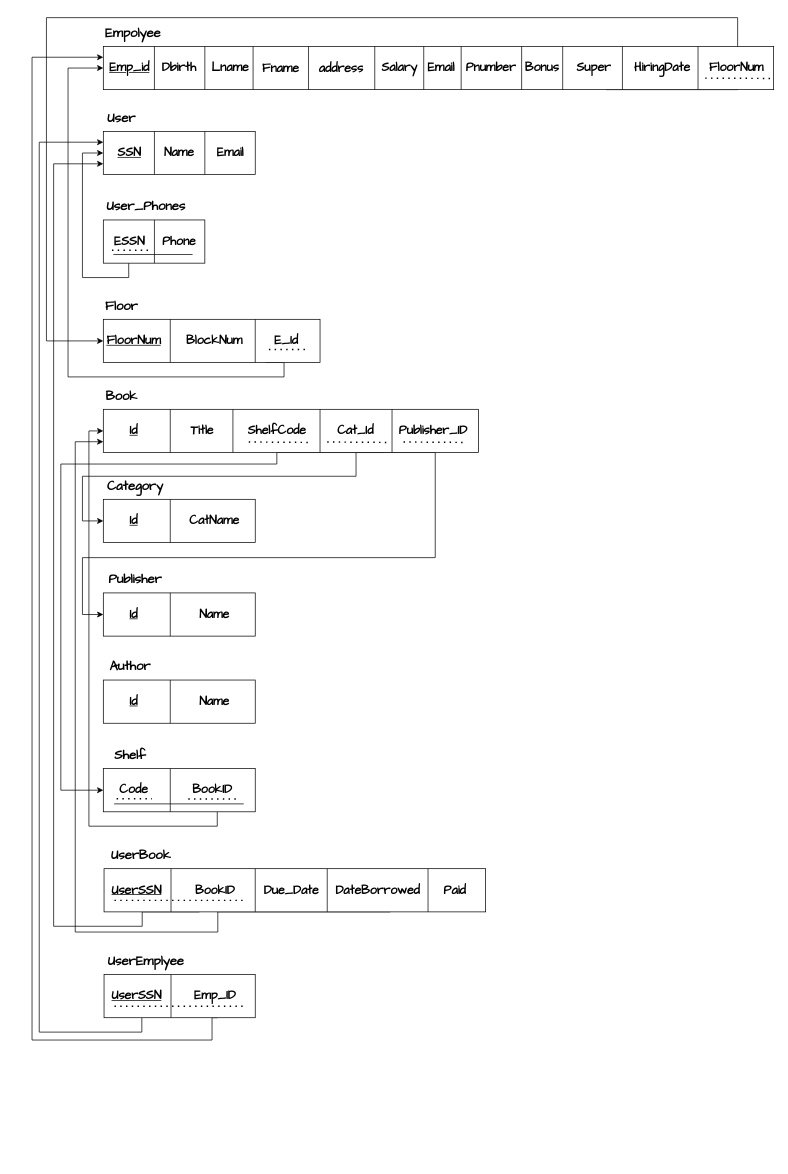
Before: Mapping6.drawio in you22ef/ERDs, a draw.io diagram. Source tidied: cells renumbered, new cells numbered last; positions are measured from the earlier drawing's top-left corner, leaving out a move shared by most shapes. Both pictures are drawn from the tidied source at 72%, with x=0, y=0 at pixel (32, 17).
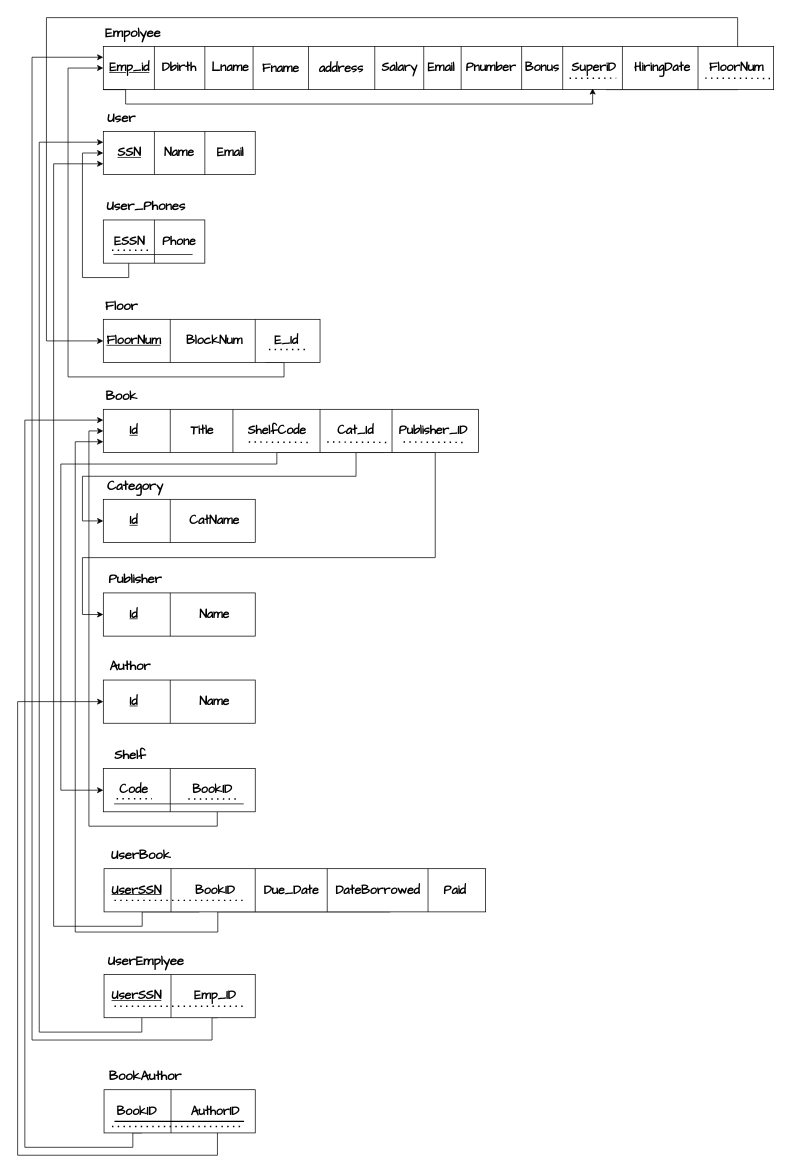
Above is the later version.

The change refers to these unchanged cells:
```xml
<mxCell id="3" style="rounded=0;whiteSpace=wrap;html=1;fontFamily=Architects Daughter;" parent="1" vertex="1">
  <mxGeometry x="99" y="40" width="931" height="60" as="geometry" />
</mxCell>
<mxCell id="49" style="rounded=0;whiteSpace=wrap;html=1;fontFamily=Architects Daughter;" parent="1" vertex="1">
  <mxGeometry x="99" y="544" width="521" height="60" as="geometry" />
</mxCell>
<mxCell id="64" style="rounded=0;whiteSpace=wrap;html=1;fontFamily=Architects Daughter;" parent="1" vertex="1">
  <mxGeometry x="99" y="920" width="211" height="60" as="geometry" />
</mxCell>
```

Change to the diagram source:
```diff
@@
-    <mxCell id="24" value="&lt;font style=&quot;font-size: 17px;&quot;&gt;&lt;b&gt;Super&lt;/b&gt;&lt;/font&gt;" style="text;html=1;align=center;verticalAlign=middle;strokeColor=none;fillColor=none;fontFamily=Architects Daughter;" parent="1" vertex="1">
-      <mxGeometry x="745" y="55" width="70" height="30" as="geometry" />
+    <mxCell id="24" value="&lt;font style=&quot;font-size: 17px;&quot;&gt;&lt;b&gt;SuperiD&lt;/b&gt;&lt;/font&gt;" style="text;html=1;align=center;verticalAlign=middle;strokeColor=none;fillColor=none;fontFamily=Architects Daughter;" parent="1" vertex="1">
+      <mxGeometry x="740" y="55" width="80" height="30" as="geometry" />
     </mxCell>
@@
+    <mxCell id="117" style="edgeStyle=orthogonalEdgeStyle;rounded=0;jettySize=auto;html=1;exitX=0.25;exitY=1;exitDx=0;exitDy=0;entryX=0;entryY=0.25;entryDx=0;entryDy=0;" parent="1" edge="1" source="119" target="49">
+      <mxGeometry relative="1" as="geometry">
+        <Array as="points">
+          <mxPoint x="140" y="1549" />
+          <mxPoint x="140" y="1569" />
+          <mxPoint x="-10" y="1569" />
+          <mxPoint x="-10" y="559" />
+        </Array>
+      </mxGeometry>
+    </mxCell>
+    <mxCell id="118" style="edgeStyle=orthogonalEdgeStyle;rounded=0;jettySize=auto;html=1;exitX=0.75;exitY=1;exitDx=0;exitDy=0;entryX=0;entryY=0.5;entryDx=0;entryDy=0;" parent="1" edge="1" source="119" target="64">
+      <mxGeometry relative="1" as="geometry">
+        <Array as="points">
+          <mxPoint x="258" y="1580" />
+          <mxPoint x="-20" y="1580" />
+          <mxPoint x="-20" y="950" />
+        </Array>
+      </mxGeometry>
+    </mxCell>
+    <mxCell id="119" style="rounded=0;whiteSpace=wrap;html=1;fontFamily=Architects Daughter;" parent="1" vertex="1">
+      <mxGeometry x="100" y="1489" width="210" height="60" as="geometry" />
+    </mxCell>
+    <mxCell id="120" style="endArrow=none;html=1;rounded=0;fontFamily=Architects Daughter;" parent="1" edge="1">
+      <mxGeometry relative="1" as="geometry">
+        <mxPoint x="193" y="1549" as="sourcePoint" />
+        <mxPoint x="193" y="1489" as="targetPoint" />
+      </mxGeometry>
+    </mxCell>
+    <mxCell id="121" value="&lt;span style=&quot;font-size: 17px;&quot;&gt;&lt;b&gt;BookID&lt;/b&gt;&lt;/span&gt;" style="text;html=1;align=center;verticalAlign=middle;strokeColor=none;fillColor=none;fontStyle=0;fontFamily=Architects Daughter;" parent="1" vertex="1">
+      <mxGeometry x="105" y="1504" width="80" height="30" as="geometry" />
+    </mxCell>
+    <mxCell id="122" value="&lt;font style=&quot;font-size: 17px;&quot;&gt;&lt;b&gt;AuthorID&lt;/b&gt;&lt;/font&gt;" style="text;html=1;align=center;verticalAlign=middle;strokeColor=none;fillColor=none;fontFamily=Architects Daughter;fontStyle=0;" parent="1" vertex="1">
+      <mxGeometry x="209" y="1504" width="90" height="30" as="geometry" />
+    </mxCell>
+    <mxCell id="123" value="&lt;b&gt;BookAuthor&lt;/b&gt;" style="text;html=1;align=center;verticalAlign=middle;strokeColor=none;fillColor=none;fontFamily=Architects Daughter;fontSize=18;" parent="1" vertex="1">
+      <mxGeometry x="97" y="1450" width="120" height="40" as="geometry" />
+    </mxCell>
+    <mxCell id="124" style="endArrow=none;html=1;strokeWidth=2;rounded=0;" parent="1" edge="1">
+      <mxGeometry relative="1" as="geometry">
+        <mxPoint x="114.5" y="1533" as="sourcePoint" />
+        <mxPoint x="294.5" y="1533" as="targetPoint" />
+      </mxGeometry>
+    </mxCell>
+    <mxCell id="125" style="endArrow=none;dashed=1;html=1;dashPattern=1 3;strokeWidth=2;rounded=0;" parent="1" edge="1">
+      <mxGeometry relative="1" as="geometry">
+        <mxPoint x="111" y="1540" as="sourcePoint" />
+        <mxPoint x="291" y="1540" as="targetPoint" />
+      </mxGeometry>
+    </mxCell>
+    <mxCell id="126" style="endArrow=none;dashed=1;html=1;dashPattern=1 3;strokeWidth=2;rounded=0;entryX=0.685;entryY=0.96;entryDx=0;entryDy=0;entryPerimeter=0;" parent="1" edge="1">
+      <mxGeometry relative="1" as="geometry">
+        <mxPoint x="746.6" y="84.2" as="sourcePoint" />
+        <mxPoint x="811.4" y="84" as="targetPoint" />
+      </mxGeometry>
+    </mxCell>
+    <mxCell id="127" style="edgeStyle=orthogonalEdgeStyle;rounded=0;orthogonalLoop=1;jettySize=auto;html=1;exitX=0;exitY=1;exitDx=0;exitDy=0;entryX=0.73;entryY=0.97;entryDx=0;entryDy=0;entryPerimeter=0;" parent="1" edge="1" source="3" target="3">
+      <mxGeometry relative="1" as="geometry">
+        <Array as="points">
+          <mxPoint x="130" y="100" />
+          <mxPoint x="130" y="120" />
+          <mxPoint x="779" y="120" />
+        </Array>
+      </mxGeometry>
+    </mxCell>
```
